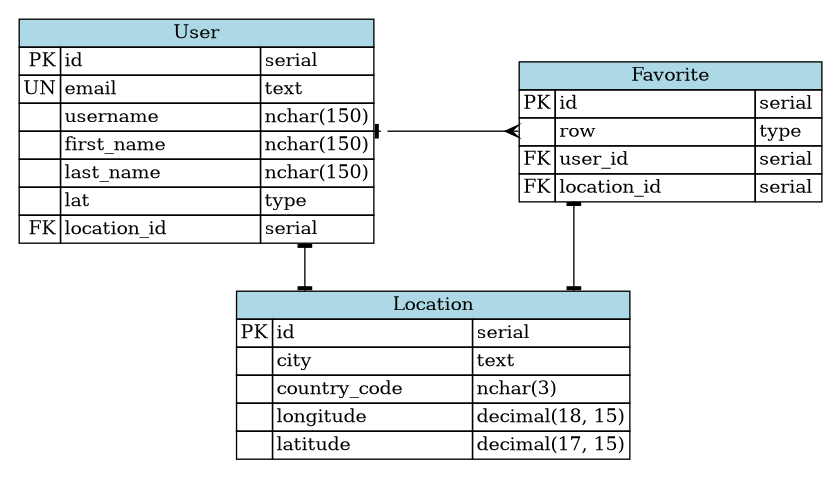
betterstack-community/horus keeps this Graphviz diagram as res/er.png. Above is the earlier version. Its source is kept beside it as res/er.dot.
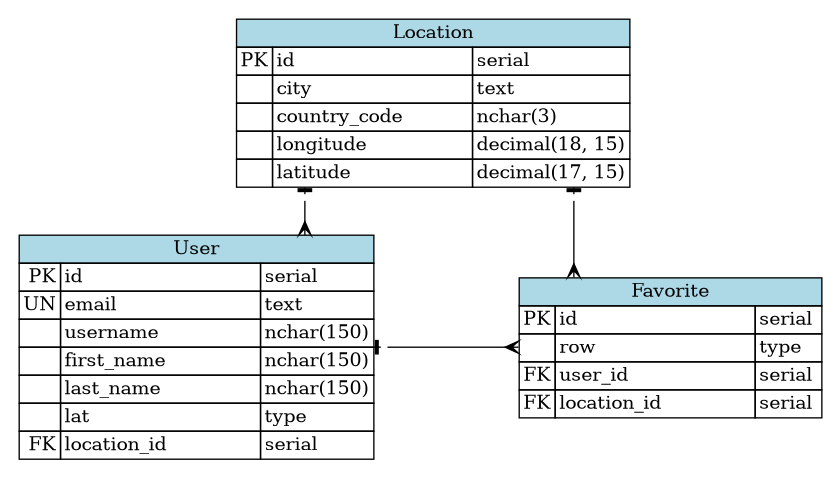
Above is the later version.

Commit message:
Update ERD relationships

User to Location should be many-to-one and Location to Favorite should
be one-to-many as the location is shared among these entities and need
not be separate

Diff of the diagram source:
```diff
@@ -40,6 +40,6 @@
 
 
   User -> Favorite [arrowhead=tee, arrowtail=crow, dir=both];
-  User -> Location [arrowhead=tee, arrowtail=tee, dir=both];
-  Location -> Favorite [arrowhead=tee, arrowtail=tee, dir=both];
+  Location -> User [arrowhead=tee, arrowtail=crow, dir=both];
+  Location -> Favorite [arrowhead=tee, arrowtail=crow, dir=both];
 }
```
